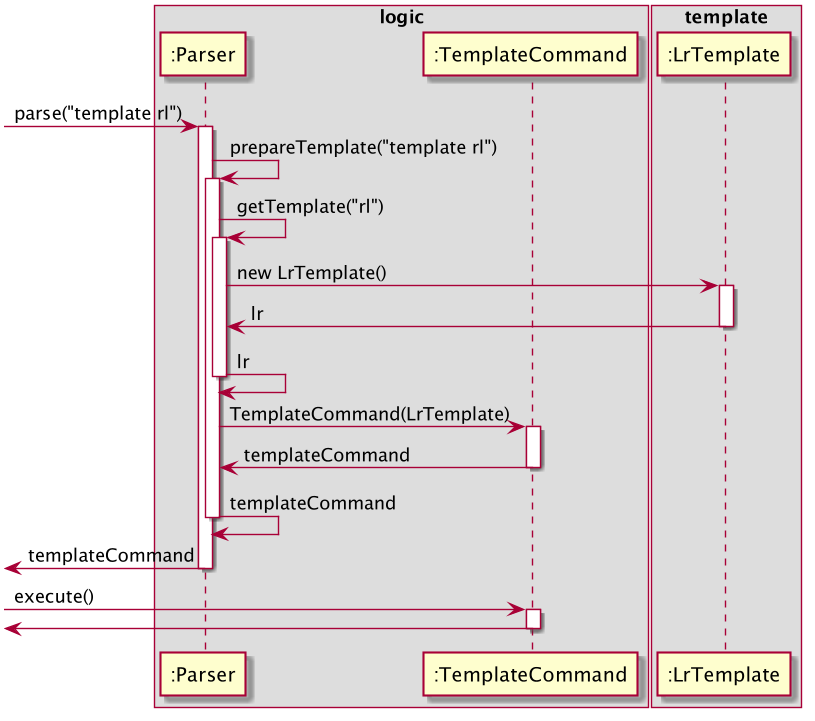
The PlantUML diagram docs/diagrams/TemplateSequenceDiagram.png in sevenseasofbri/tp, before a commit. Its diagram source:
```plantuml
@startuml
box logic
participant ":Parser" as Parser
participant ":TemplateCommand" as TemplateCommand
end box

box template
participant ":LrTemplate" as LrTemplate
end box

[-> Parser : parse("template rl")
activate Parser

Parser -> Parser : prepareTemplate("template rl")
activate Parser

Parser -> Parser : getTemplate("rl")
activate Parser

Parser -> LrTemplate : new LrTemplate()
activate LrTemplate

Parser <- LrTemplate : lr
deactivate LrTemplate

Parser <- Parser: lr
deactivate Parser

Parser -> TemplateCommand : TemplateCommand(LrTemplate)
activate TemplateCommand

Parser <- TemplateCommand : templateCommand
deactivate TemplateCommand

Parser <- Parser : templateCommand
deactivate Parser

[<- Parser : templateCommand
deactivate Parser

[-> TemplateCommand : execute()
activate TemplateCommand

[<- TemplateCommand
deactivate TemplateCommand

@enduml
```
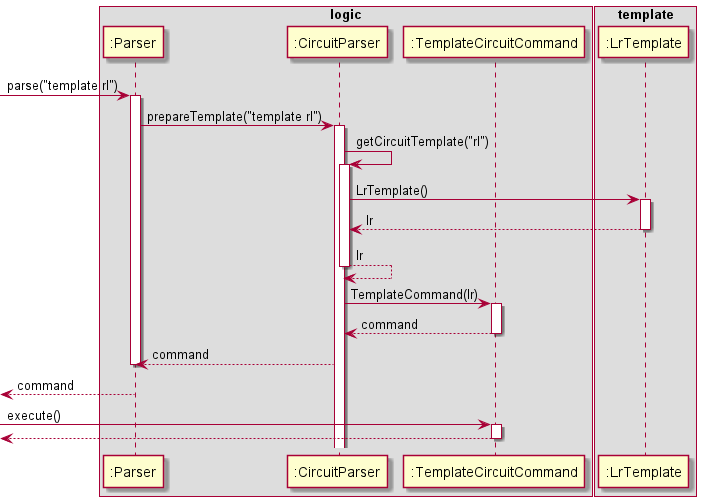
The same file after the commit.

Diff of the diagram source:
```diff
@@ -1,7 +1,8 @@
 @startuml
 box logic
 participant ":Parser" as Parser
-participant ":TemplateCommand" as TemplateCommand
+participant ":CircuitParser" as Circuit
+participant ":TemplateCircuitCommand" as Template
 end box
 
 box template
@@ -11,37 +12,37 @@
 [-> Parser : parse("template rl")
 activate Parser
 
-Parser -> Parser : prepareTemplate("template rl")
-activate Parser
+Parser -> Circuit : prepareTemplate("template rl")
+activate Circuit
 
-Parser -> Parser : getTemplate("rl")
-activate Parser
+Circuit -> Circuit : getCircuitTemplate("rl")
+activate Circuit
 
-Parser -> LrTemplate : new LrTemplate()
+Circuit -> LrTemplate : LrTemplate()
 activate LrTemplate
 
-Parser <- LrTemplate : lr
+Circuit <-- LrTemplate : lr
 deactivate LrTemplate
 
-Parser <- Parser: lr
+Circuit <-- Circuit : lr
+deactivate Circuit
+
+Circuit -> Template : TemplateCommand(lr)
+activate Template
+
+Circuit <-- Template : command
+deactivate Template
+
+Parser <-- Circuit : command
 deactivate Parser
 
-Parser -> TemplateCommand : TemplateCommand(LrTemplate)
-activate TemplateCommand
-
-Parser <- TemplateCommand : templateCommand
-deactivate TemplateCommand
-
-Parser <- Parser : templateCommand
+[<-- Parser : command
 deactivate Parser
 
-[<- Parser : templateCommand
-deactivate Parser
+[-> Template : execute()
+activate Template
 
-[-> TemplateCommand : execute()
-activate TemplateCommand
-
-[<- TemplateCommand
-deactivate TemplateCommand
+[<-- Template
+deactivate Template
 
 @enduml
```
